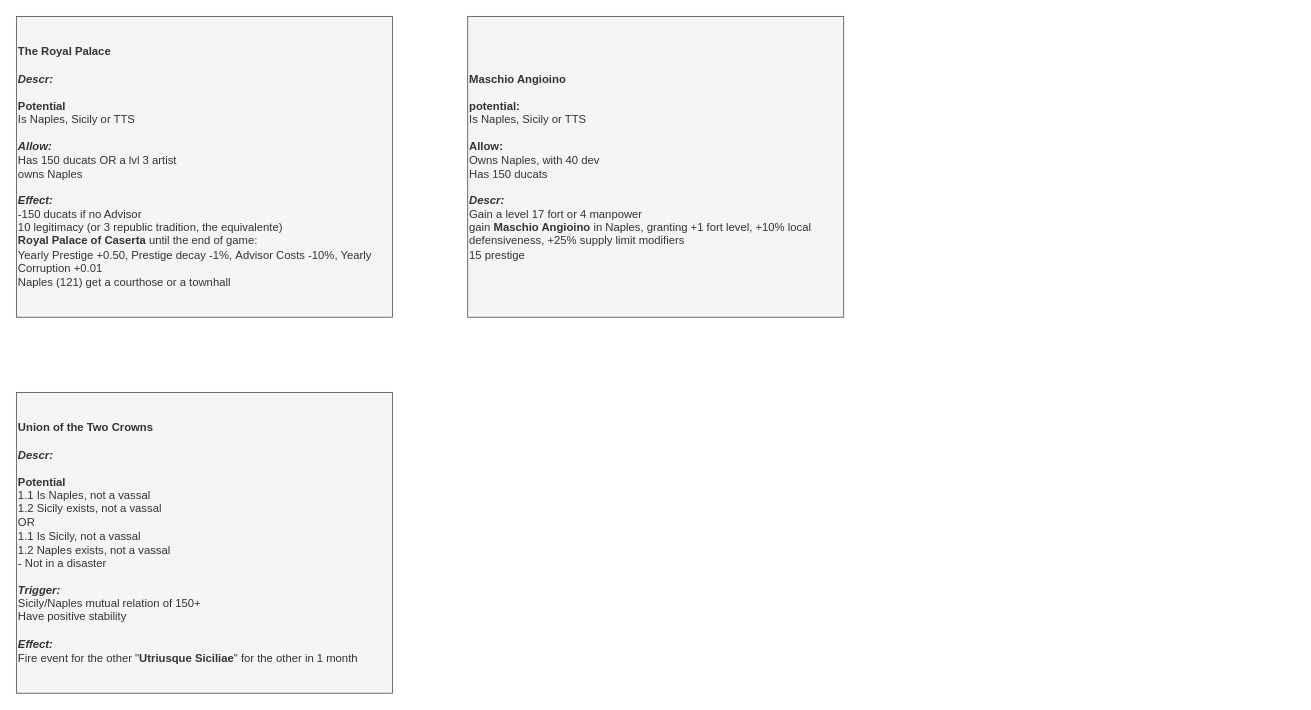
Earlier version of the draw.io diagram page "Decision" (5 of 6) of It's Pizza and Cannoli Time/It's Pizza and Cannoli Time.drawio (Melvasul/Missions-Expanded). Source tidied: cells renumbered, new cells numbered last; positions are measured from the earlier drawing's top-left corner, leaving out a move shared by most shapes. Both pictures are drawn from the tidied source at 94%, with x=0, y=0 at pixel (16, 16).
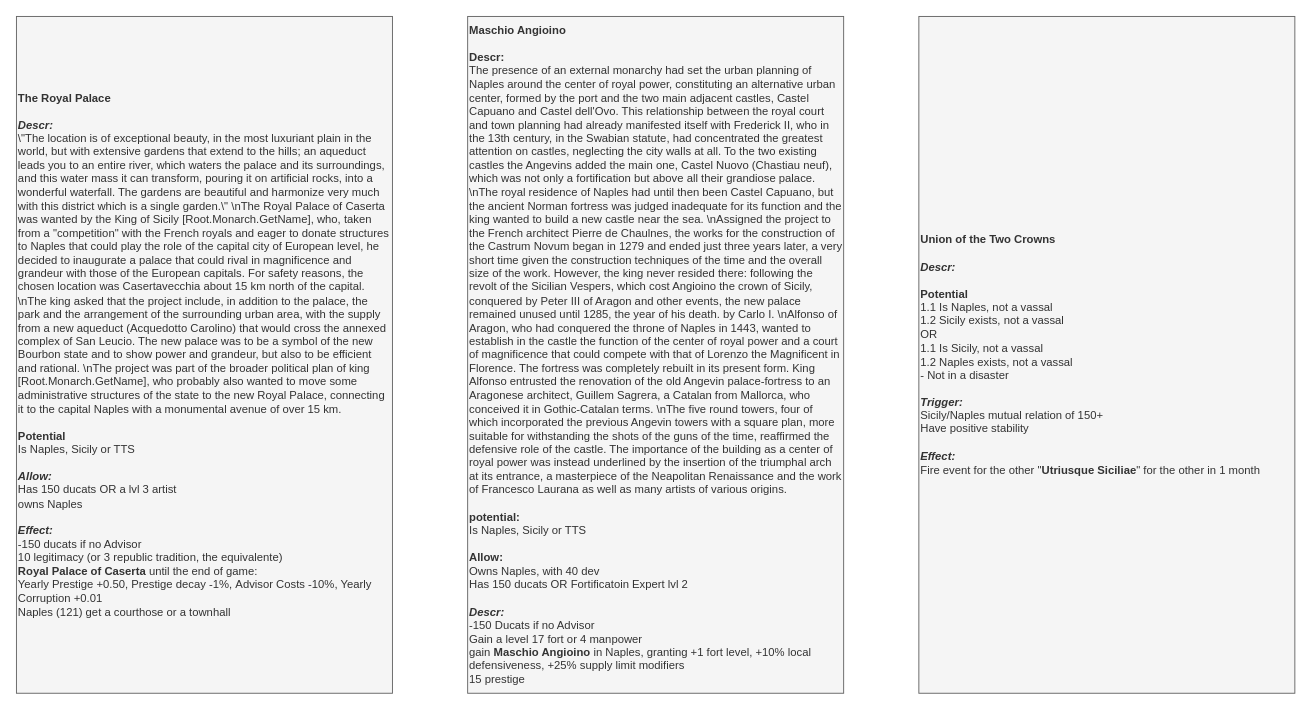
After the change.

Change to the diagram source:
```diff
@@
 <mxGraphModel>
   <root>
     <mxCell id="0" />
     <mxCell id="1" parent="0" />
-    <mxCell id="2" value="&lt;div style=&quot;font-size: 12px&quot; align=&quot;left&quot;&gt;&lt;font style=&quot;font-size: 12px&quot;&gt;&lt;b style=&quot;font-size: 12px&quot;&gt;&lt;font style=&quot;font-size: 12px&quot;&gt;The Royal Palace&lt;/font&gt;&lt;/b&gt;&lt;/font&gt;&lt;/div&gt;&lt;div style=&quot;font-size: 12px&quot; align=&quot;left&quot;&gt;&lt;font style=&quot;font-size: 12px&quot;&gt;&lt;b style=&quot;font-size: 12px&quot;&gt;&lt;font style=&quot;font-size: 12px&quot;&gt;&lt;br style=&quot;font-size: 12px&quot;&gt;&lt;/font&gt;&lt;/b&gt;&lt;/font&gt;&lt;/div&gt;&lt;div style=&quot;font-size: 12px&quot; align=&quot;left&quot;&gt;&lt;font style=&quot;font-size: 12px&quot;&gt;&lt;span style=&quot;font-size: 12px&quot;&gt;&lt;font style=&quot;font-size: 12px&quot;&gt;&lt;i style=&quot;font-size: 12px&quot;&gt;&lt;b style=&quot;font-size: 12px&quot;&gt;Descr:&lt;/b&gt;&lt;/i&gt;&lt;/font&gt;&lt;/span&gt;&lt;/font&gt;&lt;/div&gt;&lt;div style=&quot;font-size: 12px&quot; align=&quot;left&quot;&gt;&lt;div align=&quot;left&quot; style=&quot;font-size: 12px&quot;&gt;&lt;br&gt;&lt;/div&gt;&lt;div align=&quot;left&quot; style=&quot;font-size: 12px&quot;&gt;&lt;b&gt;Potential&lt;/b&gt;&lt;/div&gt;&lt;div align=&quot;left&quot; style=&quot;font-size: 12px&quot;&gt;Is Naples, Sicily or TTS&lt;br&gt;&lt;/div&gt;&lt;div align=&quot;left&quot; style=&quot;font-size: 12px&quot;&gt;&lt;br&gt;&lt;/div&gt;&lt;/div&gt;&lt;div style=&quot;font-size: 12px&quot; align=&quot;left&quot;&gt;&lt;font style=&quot;font-size: 12px&quot;&gt;&lt;b style=&quot;font-size: 12px&quot;&gt;&lt;i style=&quot;font-size: 12px&quot;&gt;Allow:&lt;/i&gt;&lt;/b&gt;&lt;/font&gt;&lt;/div&gt;&lt;div style=&quot;font-size: 12px&quot; align=&quot;left&quot;&gt;Has 150 ducats OR a lvl 3 artist&lt;/div&gt;&lt;div style=&quot;font-size: 12px&quot; align=&quot;left&quot;&gt;owns Naples&lt;/div&gt;&lt;div style=&quot;font-size: 12px&quot; align=&quot;left&quot;&gt;&lt;br&gt;&lt;/div&gt;&lt;div style=&quot;font-size: 12px&quot; align=&quot;left&quot;&gt;&lt;font style=&quot;font-size: 12px&quot;&gt;&lt;font style=&quot;font-size: 12px&quot;&gt;&lt;b style=&quot;font-size: 12px&quot;&gt;&lt;i style=&quot;font-size: 12px&quot;&gt;Effect:&lt;/i&gt;&lt;/b&gt;&lt;/font&gt;&lt;/font&gt;&lt;/div&gt;&lt;div style=&quot;font-size: 12px&quot; align=&quot;left&quot;&gt;-150 ducats if no Advisor&lt;/div&gt;&lt;div style=&quot;font-size: 12px&quot; align=&quot;left&quot;&gt;10 legitimacy (or 3 republic tradition, the equivalente)&lt;/div&gt;&lt;div style=&quot;font-size: 12px&quot; align=&quot;left&quot;&gt;&lt;b&gt;Royal Palace of Caserta &lt;/b&gt;until the end of game:&lt;/div&gt;&lt;div style=&quot;font-size: 12px&quot; align=&quot;left&quot;&gt;&lt;div align=&quot;left&quot;&gt;Yearly Prestige +0.50,&amp;nbsp;&lt;span&gt;Prestige decay -1%,&lt;/span&gt;&lt;span&gt;&amp;nbsp;&lt;/span&gt;&lt;span&gt;Advisor Costs -10%, Yearly Corruption +0.01&lt;/span&gt;&lt;/div&gt;&lt;div align=&quot;left&quot;&gt;&lt;span&gt;Naples (121)&amp;nbsp;&lt;/span&gt;&lt;span&gt;get a courthose or a townhall&lt;/span&gt;&lt;br&gt;&lt;/div&gt;&lt;/div&gt;" style="rounded=0;whiteSpace=wrap;html=1;align=left;fontSize=12;fillColor=#f5f5f5;strokeColor=#666666;fontColor=#333333;" parent="1" vertex="1">
-      <mxGeometry width="400" height="320" as="geometry" />
+    <mxCell id="2" value="&lt;div style=&quot;font-size: 12px&quot; align=&quot;left&quot;&gt;&lt;font style=&quot;font-size: 12px&quot;&gt;&lt;b style=&quot;font-size: 12px&quot;&gt;&lt;font style=&quot;font-size: 12px&quot;&gt;The Royal Palace&lt;/font&gt;&lt;/b&gt;&lt;/font&gt;&lt;/div&gt;&lt;div style=&quot;font-size: 12px&quot; align=&quot;left&quot;&gt;&lt;font style=&quot;font-size: 12px&quot;&gt;&lt;b style=&quot;font-size: 12px&quot;&gt;&lt;font style=&quot;font-size: 12px&quot;&gt;&lt;br style=&quot;font-size: 12px&quot;&gt;&lt;/font&gt;&lt;/b&gt;&lt;/font&gt;&lt;/div&gt;&lt;div style=&quot;font-size: 12px&quot; align=&quot;left&quot;&gt;&lt;font style=&quot;font-size: 12px&quot;&gt;&lt;span style=&quot;font-size: 12px&quot;&gt;&lt;font style=&quot;font-size: 12px&quot;&gt;&lt;i style=&quot;font-size: 12px&quot;&gt;&lt;b style=&quot;font-size: 12px&quot;&gt;Descr:&lt;/b&gt;&lt;/i&gt;&lt;/font&gt;&lt;/span&gt;&lt;/font&gt;&lt;/div&gt;&lt;div style=&quot;font-size: 12px&quot; align=&quot;left&quot;&gt;&lt;div align=&quot;left&quot; style=&quot;font-size: 12px&quot;&gt;&lt;span class=&quot;tlid-translation translation&quot; lang=&quot;en&quot;&gt;\&quot;The location is of exceptional beauty, in the most luxuriant plain in the world, but with extensive gardens that extend to the hills; an aqueduct leads you to an entire river, which waters the palace and its surroundings, and this water mass it can transform, pouring it on artificial rocks, into a wonderful waterfall. The gardens are beautiful and harmonize very much with this district which is a single garden.\&quot; \nThe Royal Palace of Caserta was wanted by the King of Sicily [Root.Monarch.GetName], who, taken from a &quot;competition&quot; with the French royals and eager to donate structures to Naples that could play the role of the capital city of European level, he decided to inaugurate a palace that could rival in magnificence and grandeur with those of the European capitals. For safety reasons, the chosen location was Casertavecchia about 15 km north of the capital. \n&lt;/span&gt;&lt;span title=&quot;&quot;&gt;The king asked that the project include, in addition to the palace, the park and the arrangement of the surrounding urban area, with the supply from a new aqueduct (Acquedotto Carolino) that would cross the annexed complex of San Leucio.&lt;/span&gt;&lt;span&gt; &lt;/span&gt;&lt;span title=&quot;&quot;&gt;The new palace was to be a symbol of the new Bourbon state and to show power and grandeur, but also to be efficient and rational. \n&lt;/span&gt;&lt;span&gt;The project was part of the broader political plan of king [Root.Monarch.GetName], who probably also wanted to move some administrative structures of the state to the new Royal Palace, connecting it to the capital Naples with a monumental avenue of over 15 km.&lt;/span&gt;&lt;/div&gt;&lt;div align=&quot;left&quot; style=&quot;font-size: 12px&quot;&gt;&lt;span class=&quot;tlid-translation translation&quot; lang=&quot;en&quot;&gt;&lt;br&gt;&lt;/span&gt;&lt;/div&gt;&lt;div align=&quot;left&quot; style=&quot;font-size: 12px&quot;&gt;&lt;b&gt;Potential&lt;/b&gt;&lt;/div&gt;&lt;div align=&quot;left&quot; style=&quot;font-size: 12px&quot;&gt;Is Naples, Sicily or TTS&lt;br&gt;&lt;/div&gt;&lt;div align=&quot;left&quot; style=&quot;font-size: 12px&quot;&gt;&lt;br&gt;&lt;/div&gt;&lt;/div&gt;&lt;div style=&quot;font-size: 12px&quot; align=&quot;left&quot;&gt;&lt;font style=&quot;font-size: 12px&quot;&gt;&lt;b style=&quot;font-size: 12px&quot;&gt;&lt;i style=&quot;font-size: 12px&quot;&gt;Allow:&lt;/i&gt;&lt;/b&gt;&lt;/font&gt;&lt;/div&gt;&lt;div style=&quot;font-size: 12px&quot; align=&quot;left&quot;&gt;Has 150 ducats OR a lvl 3 artist&lt;/div&gt;&lt;div style=&quot;font-size: 12px&quot; align=&quot;left&quot;&gt;owns Naples&lt;/div&gt;&lt;div style=&quot;font-size: 12px&quot; align=&quot;left&quot;&gt;&lt;br&gt;&lt;/div&gt;&lt;div style=&quot;font-size: 12px&quot; align=&quot;left&quot;&gt;&lt;font style=&quot;font-size: 12px&quot;&gt;&lt;font style=&quot;font-size: 12px&quot;&gt;&lt;b style=&quot;font-size: 12px&quot;&gt;&lt;i style=&quot;font-size: 12px&quot;&gt;Effect:&lt;/i&gt;&lt;/b&gt;&lt;/font&gt;&lt;/font&gt;&lt;/div&gt;&lt;div style=&quot;font-size: 12px&quot; align=&quot;left&quot;&gt;-150 ducats if no Advisor&lt;/div&gt;&lt;div style=&quot;font-size: 12px&quot; align=&quot;left&quot;&gt;10 legitimacy (or 3 republic tradition, the equivalente)&lt;/div&gt;&lt;div style=&quot;font-size: 12px&quot; align=&quot;left&quot;&gt;&lt;b&gt;Royal Palace of Caserta &lt;/b&gt;until the end of game:&lt;/div&gt;&lt;div style=&quot;font-size: 12px&quot; align=&quot;left&quot;&gt;&lt;div align=&quot;left&quot;&gt;Yearly Prestige +0.50,&amp;nbsp;&lt;span&gt;Prestige decay -1%,&lt;/span&gt;&lt;span&gt;&amp;nbsp;&lt;/span&gt;&lt;span&gt;Advisor Costs -10%, Yearly Corruption +0.01&lt;/span&gt;&lt;/div&gt;&lt;div align=&quot;left&quot;&gt;&lt;span&gt;Naples (121)&amp;nbsp;&lt;/span&gt;&lt;span&gt;get a courthose or a townhall&lt;/span&gt;&lt;br&gt;&lt;/div&gt;&lt;/div&gt;" style="rounded=0;whiteSpace=wrap;html=1;align=left;fontSize=12;fillColor=#f5f5f5;strokeColor=#666666;fontColor=#333333;" parent="1" vertex="1">
+      <mxGeometry width="400" height="720" as="geometry" />
     </mxCell>
     <mxCell id="3" value="&lt;div style=&quot;font-size: 12px&quot; align=&quot;left&quot;&gt;&lt;font style=&quot;font-size: 12px&quot;&gt;&lt;b style=&quot;font-size: 12px&quot;&gt;&lt;font style=&quot;font-size: 12px&quot;&gt;Union of the Two Crowns&lt;/font&gt;&lt;/b&gt;&lt;/font&gt;&lt;/div&gt;&lt;div style=&quot;font-size: 12px&quot; align=&quot;left&quot;&gt;&lt;font style=&quot;font-size: 12px&quot;&gt;&lt;b style=&quot;font-size: 12px&quot;&gt;&lt;font style=&quot;font-size: 12px&quot;&gt;&lt;br style=&quot;font-size: 12px&quot;&gt;&lt;/font&gt;&lt;/b&gt;&lt;/font&gt;&lt;/div&gt;&lt;div style=&quot;font-size: 12px&quot; align=&quot;left&quot;&gt;&lt;font style=&quot;font-size: 12px&quot;&gt;&lt;span style=&quot;font-size: 12px&quot;&gt;&lt;font style=&quot;font-size: 12px&quot;&gt;&lt;i style=&quot;font-size: 12px&quot;&gt;&lt;b style=&quot;font-size: 12px&quot;&gt;Descr:&lt;/b&gt;&lt;/i&gt;&lt;/font&gt;&lt;/span&gt;&lt;/font&gt;&lt;/div&gt;&lt;div style=&quot;font-size: 12px&quot; align=&quot;left&quot;&gt;&lt;div align=&quot;left&quot; style=&quot;font-size: 12px&quot;&gt;&lt;br&gt;&lt;/div&gt;&lt;div align=&quot;left&quot; style=&quot;font-size: 12px&quot;&gt;&lt;b&gt;Potential&lt;/b&gt;&lt;/div&gt;&lt;div align=&quot;left&quot; style=&quot;font-size: 12px&quot;&gt;1.1 Is Naples, not a vassal&lt;/div&gt;&lt;div align=&quot;left&quot; style=&quot;font-size: 12px&quot;&gt;1.2 Sicily exists, not a vassal&lt;/div&gt;&lt;div align=&quot;left&quot; style=&quot;font-size: 12px&quot;&gt;OR&lt;/div&gt;&lt;div align=&quot;left&quot; style=&quot;font-size: 12px&quot;&gt;1.1 Is Sicily, not a vassal&lt;/div&gt;&lt;div align=&quot;left&quot; style=&quot;font-size: 12px&quot;&gt;1.2 Naples exists, not a vassal&lt;/div&gt;&lt;div align=&quot;left&quot; style=&quot;font-size: 12px&quot;&gt;- Not in a disaster&lt;/div&gt;&lt;div align=&quot;left&quot; style=&quot;font-size: 12px&quot;&gt;&lt;br&gt;&lt;/div&gt;&lt;/div&gt;&lt;div style=&quot;font-size: 12px&quot; align=&quot;left&quot;&gt;&lt;font style=&quot;font-size: 12px&quot;&gt;&lt;b style=&quot;font-size: 12px&quot;&gt;&lt;i style=&quot;font-size: 12px&quot;&gt;Trigger:&lt;/i&gt;&lt;/b&gt;&lt;/font&gt;&lt;/div&gt;&lt;div style=&quot;font-size: 12px&quot; align=&quot;left&quot;&gt;Sicily/Naples mutual relation of 150+&lt;br&gt;&lt;/div&gt;&lt;div style=&quot;font-size: 12px&quot; align=&quot;left&quot;&gt;Have positive stability&lt;/div&gt;&lt;div style=&quot;font-size: 12px&quot; align=&quot;left&quot;&gt;&lt;br&gt;&lt;/div&gt;&lt;div style=&quot;font-size: 12px&quot; align=&quot;left&quot;&gt;&lt;font style=&quot;font-size: 12px&quot;&gt;&lt;font style=&quot;font-size: 12px&quot;&gt;&lt;b style=&quot;font-size: 12px&quot;&gt;&lt;i style=&quot;font-size: 12px&quot;&gt;Effect:&lt;/i&gt;&lt;/b&gt;&lt;/font&gt;&lt;/font&gt;&lt;/div&gt;&lt;div style=&quot;font-size: 12px&quot; align=&quot;left&quot;&gt;Fire event for the other &quot;&lt;b&gt;Utriusque Siciliae&lt;/b&gt;&quot; for the other in 1 month&lt;/div&gt;" style="rounded=0;whiteSpace=wrap;html=1;align=left;fontSize=12;fillColor=#f5f5f5;strokeColor=#666666;fontColor=#333333;" parent="1" vertex="1">
-      <mxGeometry y="400" width="400" height="320" as="geometry" />
+      <mxGeometry x="960" width="400" height="720" as="geometry" />
     </mxCell>
-    <mxCell id="4" value="&lt;div style=&quot;font-size: 12px&quot;&gt;&lt;b&gt;Maschio Angioino&lt;/b&gt;&lt;/div&gt;&lt;div style=&quot;font-size: 12px&quot;&gt;&lt;b&gt;&lt;br&gt;&lt;/b&gt;&lt;/div&gt;&lt;div style=&quot;font-size: 12px&quot;&gt;&lt;b&gt;potential:&lt;/b&gt;&lt;/div&gt;&lt;div style=&quot;font-size: 12px&quot;&gt;Is Naples, Sicily or TTS&lt;/div&gt;&lt;div style=&quot;font-size: 12px&quot;&gt;&lt;b&gt;&lt;br&gt;&lt;/b&gt;&lt;/div&gt;&lt;div style=&quot;font-size: 12px&quot;&gt;&lt;b&gt;Allow:&lt;/b&gt;&lt;/div&gt;&lt;div style=&quot;font-size: 12px&quot;&gt;Owns Naples, with 40 dev&lt;/div&gt;&lt;div style=&quot;font-size: 12px&quot;&gt;Has 150 ducats&lt;/div&gt;&lt;div style=&quot;font-size: 12px&quot;&gt;&lt;b&gt;&lt;br&gt;&lt;/b&gt;&lt;/div&gt;&lt;div&gt;&lt;font&gt;&lt;div style=&quot;font-size: 12px&quot;&gt;&lt;b style=&quot;font-size: 12px&quot;&gt;&lt;i style=&quot;font-size: 12px&quot;&gt;Descr:&amp;nbsp;&lt;/i&gt;&lt;/b&gt;&lt;/div&gt;&lt;/font&gt;&lt;/div&gt;&lt;div style=&quot;font-size: 12px&quot;&gt;&lt;/div&gt;&lt;font&gt;Gain a level 17 fort or 4 manpower&lt;br&gt;gain &lt;b&gt;Maschio Angioino&lt;/b&gt;&amp;nbsp;in Naples, granting +1 fort level, +10% local defensiveness, +25% supply limit modifiers&lt;br&gt;15 prestige&lt;br&gt;&lt;/font&gt;" style="rounded=0;whiteSpace=wrap;html=1;align=left;fontSize=12;fillColor=#f5f5f5;strokeColor=#666666;fontColor=#333333;fontFamily=Helvetica;" parent="1" vertex="1">
-      <mxGeometry x="480" width="400" height="320" as="geometry" />
+    <mxCell id="4" value="&lt;div style=&quot;font-size: 12px&quot;&gt;&lt;b&gt;Maschio Angioino&lt;/b&gt;&lt;/div&gt;&lt;div style=&quot;font-size: 12px&quot;&gt;&lt;b&gt;&lt;br&gt;&lt;/b&gt;&lt;/div&gt;&lt;div style=&quot;font-size: 12px&quot;&gt;&lt;b&gt;Descr:&lt;/b&gt;&lt;/div&gt;&lt;div style=&quot;font-size: 12px&quot;&gt;&lt;div class=&quot;text-wrap tlid-copy-target&quot;&gt;&lt;div class=&quot;result-shield-container tlid-copy-target&quot; tabindex=&quot;0&quot;&gt;&lt;span class=&quot;tlid-translation translation&quot; lang=&quot;en&quot;&gt;The presence of an external monarchy had set the urban planning of Naples around the center of royal power, constituting an alternative urban center, formed by the port and the two main adjacent castles, Castel Capuano and Castel dell'Ovo. This relationship between the royal court and town planning had already manifested itself with Frederick II, who in the 13th century, in the Swabian statute, had concentrated the greatest attention on castles, neglecting the city walls at all. To the two existing castles the Angevins added the main one, Castel Nuovo (Chastiau neuf), which was not only a fortification but above all their grandiose palace. \nThe royal residence of Naples had until then been Castel Capuano, but the ancient Norman fortress was judged inadequate for its function and the king wanted to build a new castle near the sea. \nAssigned the project to the French architect Pierre de Chaulnes, the works for the construction of the Castrum Novum began in 1279 and ended just three years later, a very short time given the construction techniques of the time and the overall size of the work. However, the king never resided there: following the revolt of the Sicilian Vespers, which cost Angioino the crown of Sicily, conquered by Peter III of Aragon and other events, the new palace remained unused until 1285, the year of his death. by Carlo I. \nAlfonso of Aragon, who had conquered the throne of Naples in 1443, wanted to establish in the castle the function of the center of royal power and a court of magnificence that could compete with that of Lorenzo the Magnificent in Florence. The fortress was completely rebuilt in its present form. King Alfonso entrusted the renovation of the old Angevin palace-fortress to an Aragonese architect, Guillem Sagrera, a Catalan from Mallorca, who conceived it in Gothic-Catalan terms. \nThe five round towers, four of which incorporated the previous Angevin towers with a square plan, more suitable for withstanding the shots of the guns of the time, reaffirmed the defensive role of the castle. The importance of the building as a center of royal power was instead underlined by the insertion of the triumphal arch at its entrance, a masterpiece of the Neapolitan Renaissance and the work of Francesco Laurana as well as many artists of various origins.&lt;/span&gt;&lt;span class=&quot;tlid-translation-gender-indicator translation-gender-indicator&quot;&gt;&lt;/span&gt;&lt;/div&gt;&lt;/div&gt;&lt;div class=&quot;tlid-result-transliteration-container result-transliteration-container transliteration-container&quot;&gt;&lt;div class=&quot;tlid-transliteration-content transliteration-content full&quot;&gt;&lt;/div&gt;&lt;/div&gt;&lt;div class=&quot;result-footer source-or-target-footer tlid-copy-target&quot;&gt;&lt;/div&gt;&lt;/div&gt;&lt;div style=&quot;font-size: 12px&quot;&gt;&lt;br&gt;&lt;/div&gt;&lt;div style=&quot;font-size: 12px&quot;&gt;&lt;b&gt;potential:&lt;/b&gt;&lt;/div&gt;&lt;div style=&quot;font-size: 12px&quot;&gt;Is Naples, Sicily or TTS&lt;/div&gt;&lt;div style=&quot;font-size: 12px&quot;&gt;&lt;b&gt;&lt;br&gt;&lt;/b&gt;&lt;/div&gt;&lt;div style=&quot;font-size: 12px&quot;&gt;&lt;b&gt;Allow:&lt;/b&gt;&lt;/div&gt;&lt;div style=&quot;font-size: 12px&quot;&gt;Owns Naples, with 40 dev&lt;/div&gt;&lt;div style=&quot;font-size: 12px&quot;&gt;Has 150 ducats OR Fortificatoin Expert lvl 2&lt;/div&gt;&lt;div style=&quot;font-size: 12px&quot;&gt;&lt;b&gt;&lt;br&gt;&lt;/b&gt;&lt;/div&gt;&lt;div&gt;&lt;font&gt;&lt;div style=&quot;font-size: 12px&quot;&gt;&lt;b style=&quot;font-size: 12px&quot;&gt;&lt;i style=&quot;font-size: 12px&quot;&gt;Descr:&amp;nbsp;&lt;/i&gt;&lt;/b&gt;&lt;/div&gt;&lt;/font&gt;&lt;/div&gt;&lt;div style=&quot;font-size: 12px&quot;&gt;&lt;/div&gt;&lt;font&gt;-150 Ducats if no Advisor&lt;br&gt;Gain a level 17 fort or 4 manpower&lt;br&gt;gain &lt;b&gt;Maschio Angioino&lt;/b&gt;&amp;nbsp;in Naples, granting +1 fort level, +10% local defensiveness, +25% supply limit modifiers&lt;br&gt;15 prestige&lt;br&gt;&lt;/font&gt;" style="rounded=0;whiteSpace=wrap;html=1;align=left;fontSize=12;fillColor=#f5f5f5;strokeColor=#666666;fontColor=#333333;fontFamily=Helvetica;" parent="1" vertex="1">
+      <mxGeometry x="480" width="400" height="720" as="geometry" />
     </mxCell>
   </root>
 </mxGraphModel>
```
